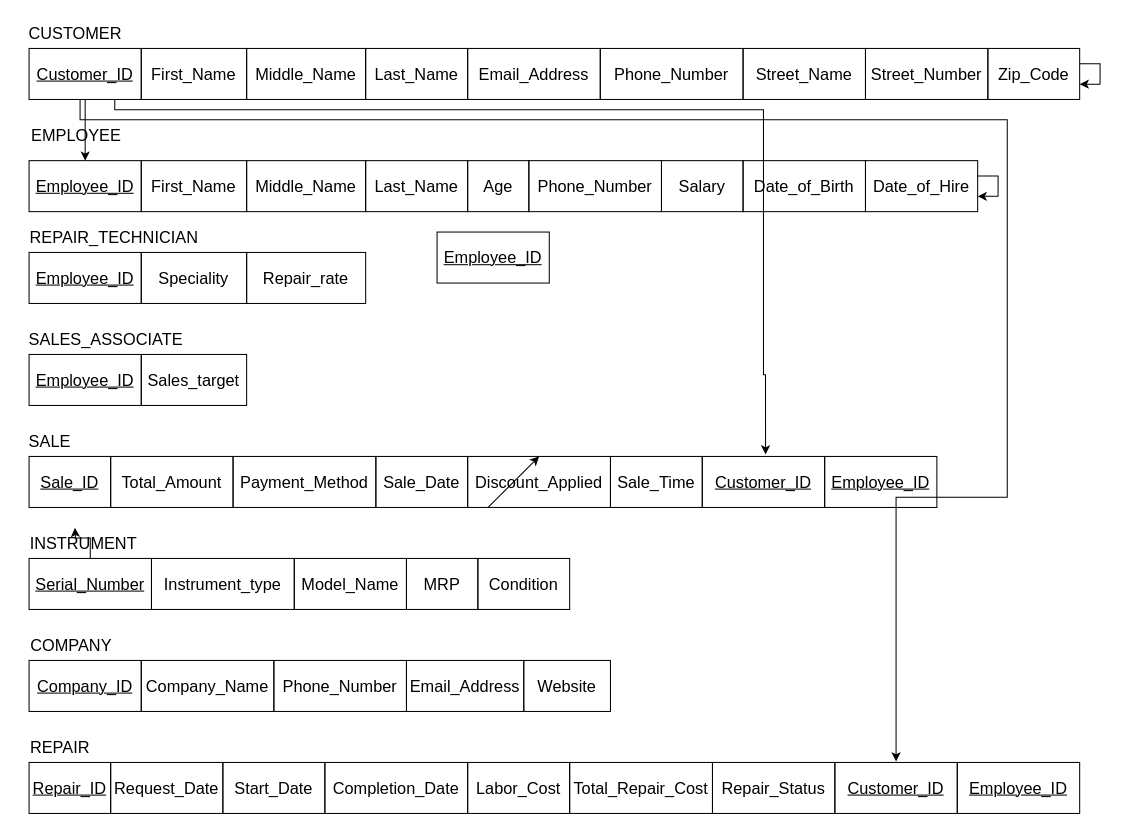
Above: MusicStoreRelationalSchema.drawio in Tangerinn/newRepo (draw.io), before the change. Source tidied: cells renumbered, new cells numbered last; positions are measured from the earlier drawing's top-left corner, leaving out a move shared by most shapes. Both pictures are drawn from the tidied source at 102%, with x=0, y=0 at pixel (16, 17).
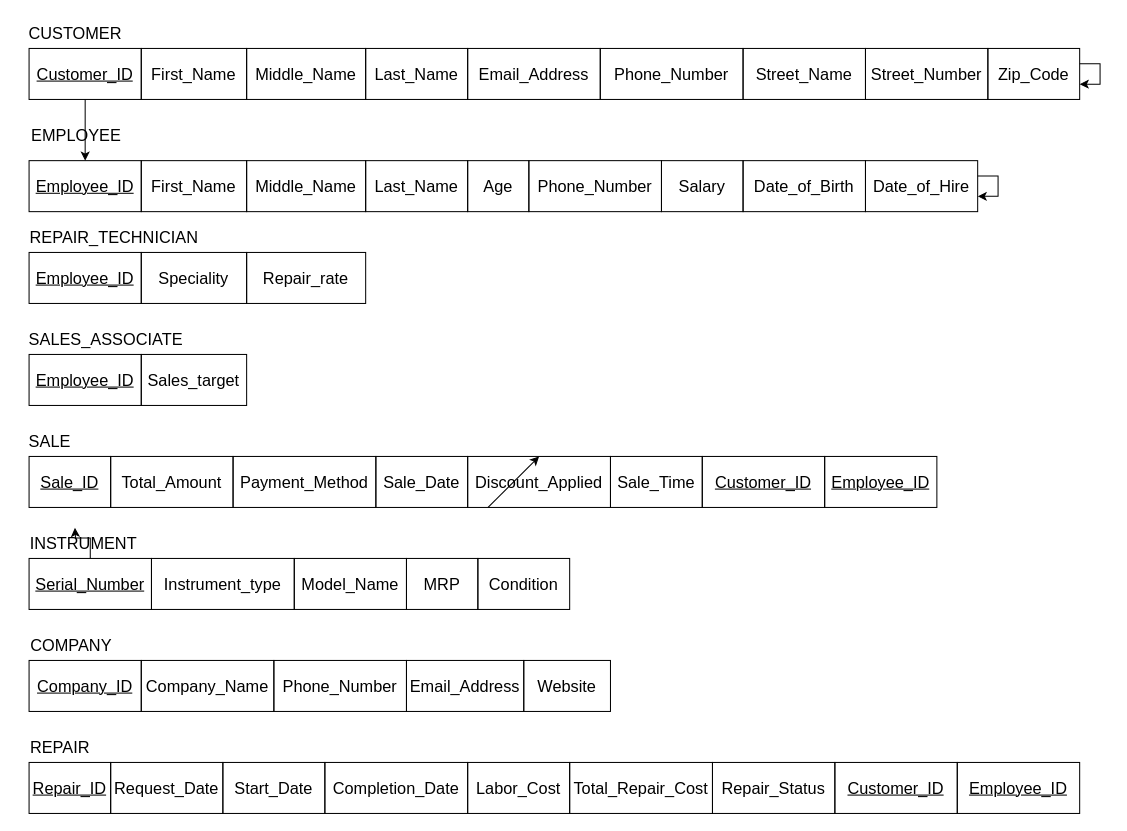
After the change.

Unchanged cells that the change refers to:
```xml
<mxCell id="14" style="group;" parent="1" vertex="1">
  <mxGeometry x="12" y="230" width="930" height="50" as="geometry" />
</mxCell>
<mxCell id="58" value="&lt;u&gt;&lt;font style=&quot;font-size: 16px;&quot;&gt;Customer_ID&lt;/font&gt;&lt;/u&gt;" style="whiteSpace=wrap;html=1;align=center;fillColor=none;fontColor=light-dark(#000000,#000000);labelBorderColor=none;strokeColor=light-dark(#000000,#000000);" parent="1" vertex="1">
  <mxGeometry x="802" y="730" width="120" height="50" as="geometry" />
</mxCell>
<mxCell id="73" value="&lt;u&gt;&lt;font style=&quot;font-size: 16px;&quot;&gt;Customer_ID&lt;/font&gt;&lt;/u&gt;" style="whiteSpace=wrap;html=1;align=center;fillColor=none;fontColor=light-dark(#000000,#000000);labelBorderColor=none;strokeColor=light-dark(#000000,#000000);" parent="1" vertex="1">
  <mxGeometry x="672" y="430" width="120" height="50" as="geometry" />
</mxCell>
```

Diff of the diagram source:
```diff
@@
-    <mxCell id="18" value="&lt;u&gt;&lt;font style=&quot;font-size: 16px;&quot;&gt;Employee_ID&lt;/font&gt;&lt;/u&gt;" style="whiteSpace=wrap;html=1;align=center;fillColor=none;fontColor=light-dark(#000000,#000000);labelBorderColor=none;strokeColor=light-dark(#000000,#000000);" parent="14" vertex="1">
-      <mxGeometry x="400" y="-20" width="110" height="50" as="geometry" />
-    </mxCell>
@@
-    <mxCell id="56" style="edgeStyle=orthogonalEdgeStyle;rounded=0;jettySize=auto;html=1;strokeColor=light-dark(#000000,#000000);entryX=0.5;entryY=-0.02;entryDx=0;entryDy=0;entryPerimeter=0;" parent="1" edge="1" target="58">
-      <mxGeometry relative="1" as="geometry">
-        <mxPoint x="62" y="80" as="sourcePoint" />
-        <Array as="points">
-          <mxPoint x="62" y="83" />
-          <mxPoint x="62" y="100" />
-          <mxPoint x="971" y="100" />
-          <mxPoint x="971" y="470" />
-          <mxPoint x="862" y="470" />
-        </Array>
-      </mxGeometry>
-    </mxCell>
@@
-    <mxCell id="72" style="edgeStyle=orthogonalEdgeStyle;rounded=0;jettySize=auto;html=1;strokeColor=light-dark(#000000,#000000);exitX=0.764;exitY=1.06;exitDx=0;exitDy=0;exitPerimeter=0;entryX=0.517;entryY=-0.04;entryDx=0;entryDy=0;entryPerimeter=0;" parent="1" edge="1" target="73">
-      <mxGeometry relative="1" as="geometry">
-        <mxPoint x="96" y="80" as="sourcePoint" />
-        <Array as="points">
-          <mxPoint x="96" y="90" />
-          <mxPoint x="732" y="90" />
-          <mxPoint x="732" y="350" />
-          <mxPoint x="734" y="350" />
-        </Array>
-      </mxGeometry>
-    </mxCell>
```
